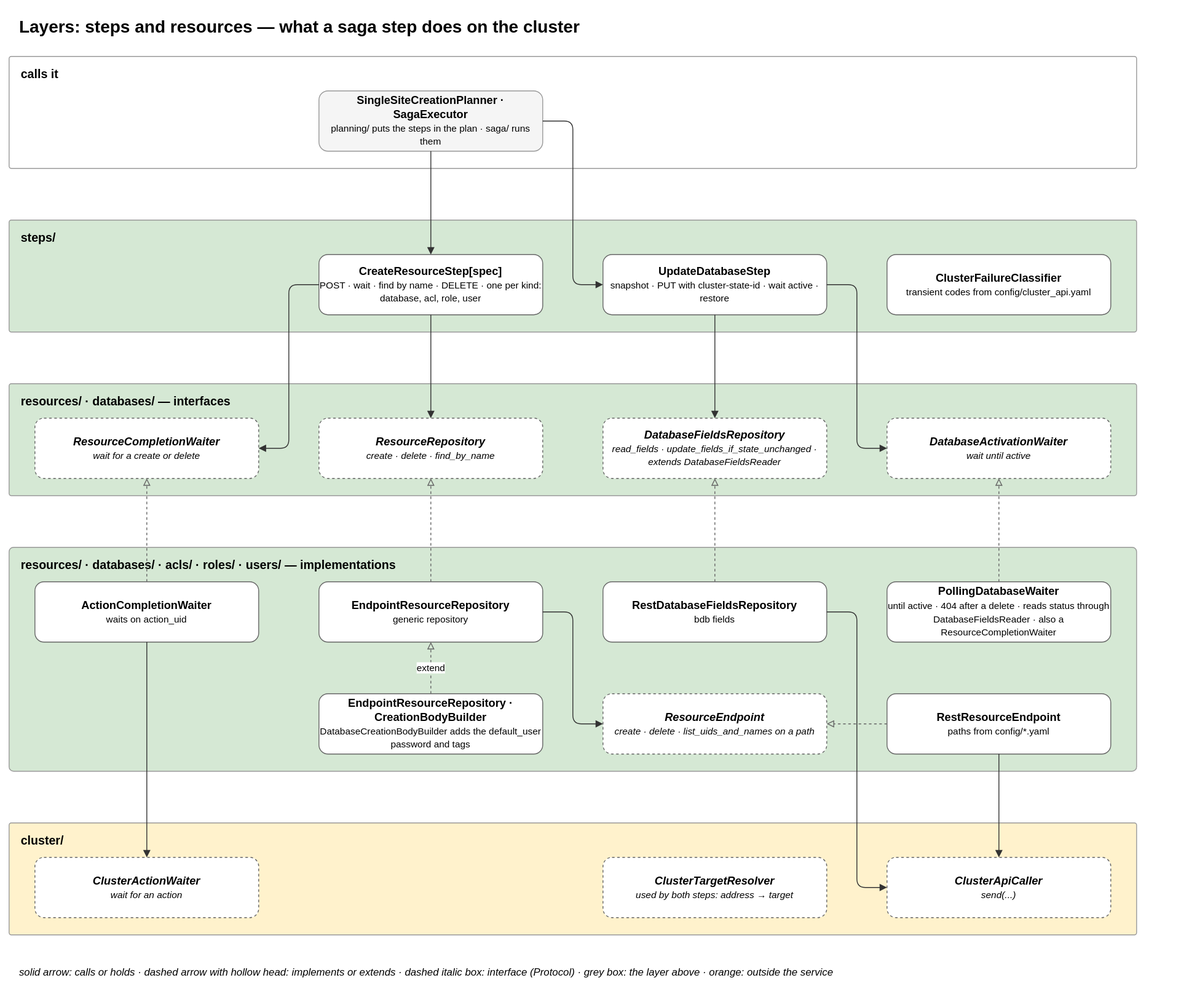
This is docs/diagrams/07-layer-steps-resources.drawio.svg from EliShteinman/redis-enterprise-services, a draw.io export, as it was before one commit. Source tidied: cells renumbered, new cells last; positions are measured from the earlier drawing's top-left corner, leaving out a move shared by most shapes.
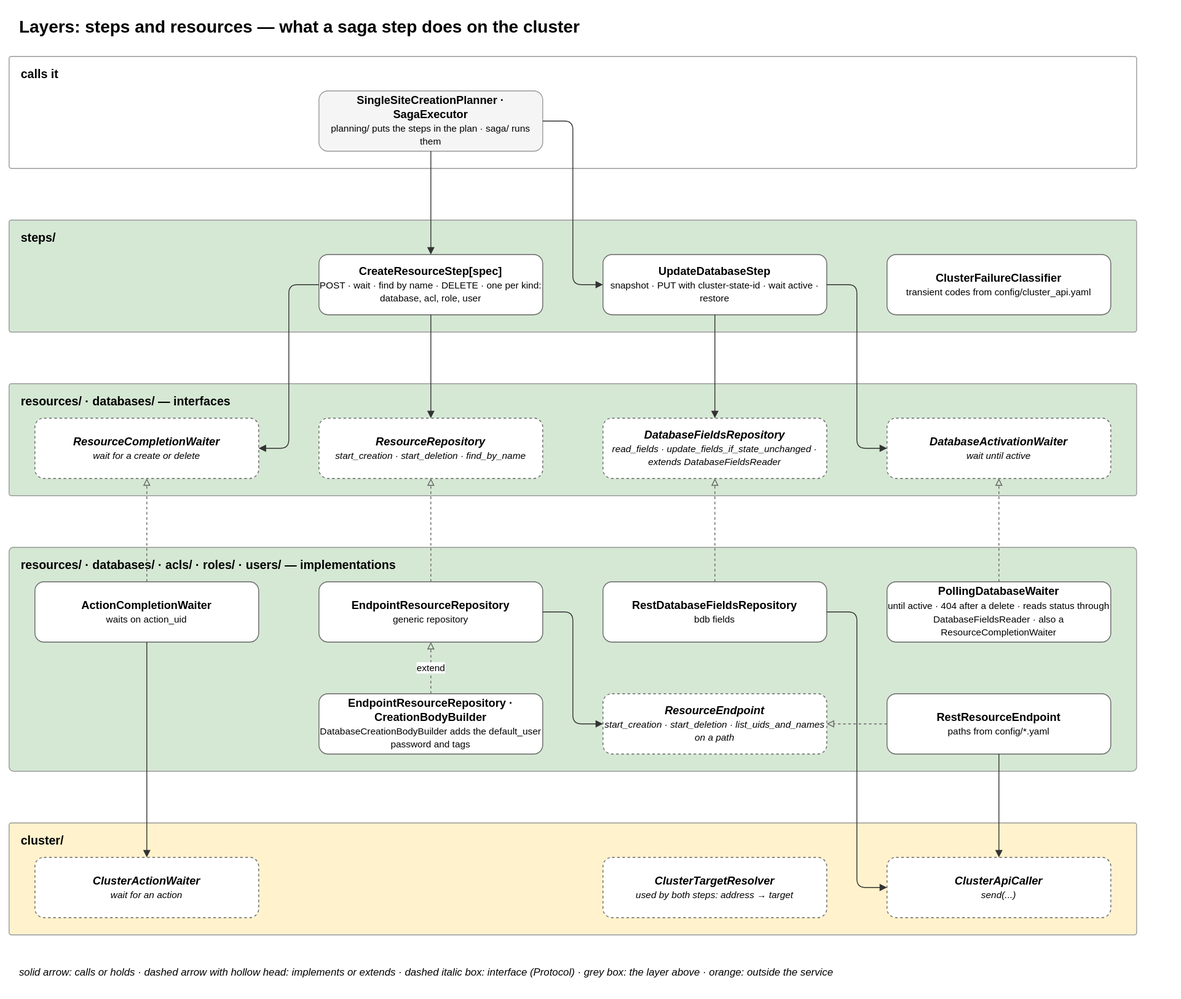
After the change.

The edit, as a diff of the source:
```diff
@@ -29,7 +29,7 @@
     <mxCell id="10" value="&lt;b&gt;ResourceCompletionWaiter&lt;/b&gt;&lt;br&gt;&lt;font style='font-size:11px'&gt;wait for a create or delete&lt;/font&gt;" style="rounded=1;whiteSpace=wrap;html=1;fillColor=#ffffff;strokeColor=#666666;fontSize=13;dashed=1;fontStyle=2;" parent="1" vertex="1">
       <mxGeometry x="30" y="475" width="260" height="70" as="geometry" />
     </mxCell>
-    <mxCell id="11" value="&lt;b&gt;ResourceRepository&lt;/b&gt;&lt;br&gt;&lt;font style='font-size:11px'&gt;create · delete · find_by_name&lt;/font&gt;" style="rounded=1;whiteSpace=wrap;html=1;fillColor=#ffffff;strokeColor=#666666;fontSize=13;dashed=1;fontStyle=2;" parent="1" vertex="1">
+    <mxCell id="11" value="&lt;b&gt;ResourceRepository&lt;/b&gt;&lt;br&gt;&lt;font style='font-size:11px'&gt;start_creation · start_deletion · find_by_name&lt;/font&gt;" style="rounded=1;whiteSpace=wrap;html=1;fillColor=#ffffff;strokeColor=#666666;fontSize=13;dashed=1;fontStyle=2;" parent="1" vertex="1">
       <mxGeometry x="360" y="475" width="260" height="70" as="geometry" />
     </mxCell>
     <mxCell id="12" value="&lt;b&gt;DatabaseFieldsRepository&lt;/b&gt;&lt;br&gt;&lt;font style='font-size:11px'&gt;read_fields · update_fields_if_state_unchanged · extends DatabaseFieldsReader&lt;/font&gt;" style="rounded=1;whiteSpace=wrap;html=1;fillColor=#ffffff;strokeColor=#666666;fontSize=13;dashed=1;fontStyle=2;" parent="1" vertex="1">
@@ -56,7 +56,7 @@
     <mxCell id="19" value="&lt;b&gt;EndpointResourceRepository · CreationBodyBuilder&lt;/b&gt;&lt;br&gt;&lt;font style='font-size:11px'&gt;DatabaseCreationBodyBuilder adds the default_user password and tags&lt;/font&gt;" style="rounded=1;whiteSpace=wrap;html=1;fillColor=#ffffff;strokeColor=#666666;fontSize=13;" parent="1" vertex="1">
       <mxGeometry x="360" y="795" width="260" height="70" as="geometry" />
     </mxCell>
-    <mxCell id="20" value="&lt;b&gt;ResourceEndpoint&lt;/b&gt;&lt;br&gt;&lt;font style='font-size:11px'&gt;create · delete · list_uids_and_names on a path&lt;/font&gt;" style="rounded=1;whiteSpace=wrap;html=1;fillColor=#ffffff;strokeColor=#666666;fontSize=13;dashed=1;fontStyle=2;" parent="1" vertex="1">
+    <mxCell id="20" value="&lt;b&gt;ResourceEndpoint&lt;/b&gt;&lt;br&gt;&lt;font style='font-size:11px'&gt;start_creation · start_deletion · list_uids_and_names on a path&lt;/font&gt;" style="rounded=1;whiteSpace=wrap;html=1;fillColor=#ffffff;strokeColor=#666666;fontSize=13;dashed=1;fontStyle=2;" parent="1" vertex="1">
       <mxGeometry x="690" y="795" width="260" height="70" as="geometry" />
     </mxCell>
     <mxCell id="21" value="&lt;b&gt;RestResourceEndpoint&lt;/b&gt;&lt;br&gt;&lt;font style='font-size:11px'&gt;paths from config/*.yaml&lt;/font&gt;" style="rounded=1;whiteSpace=wrap;html=1;fillColor=#ffffff;strokeColor=#666666;fontSize=13;" parent="1" vertex="1">
```
